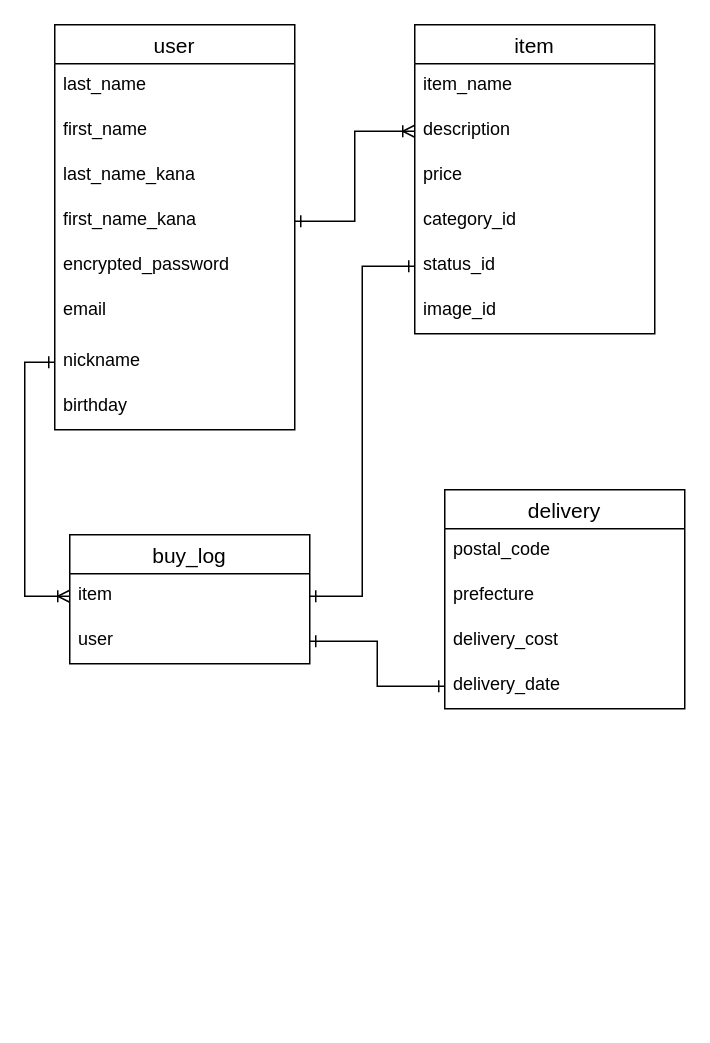
Gasai-005/furima-35555 keeps this draw.io diagram as file.dio. Above is the earlier version. Source tidied: cells renumbered, new cells numbered last; positions are measured from the earlier drawing's top-left corner, leaving out a move shared by most shapes. Both pictures are drawn from the tidied source at 150%, with x=0, y=0 at pixel (54, 24).
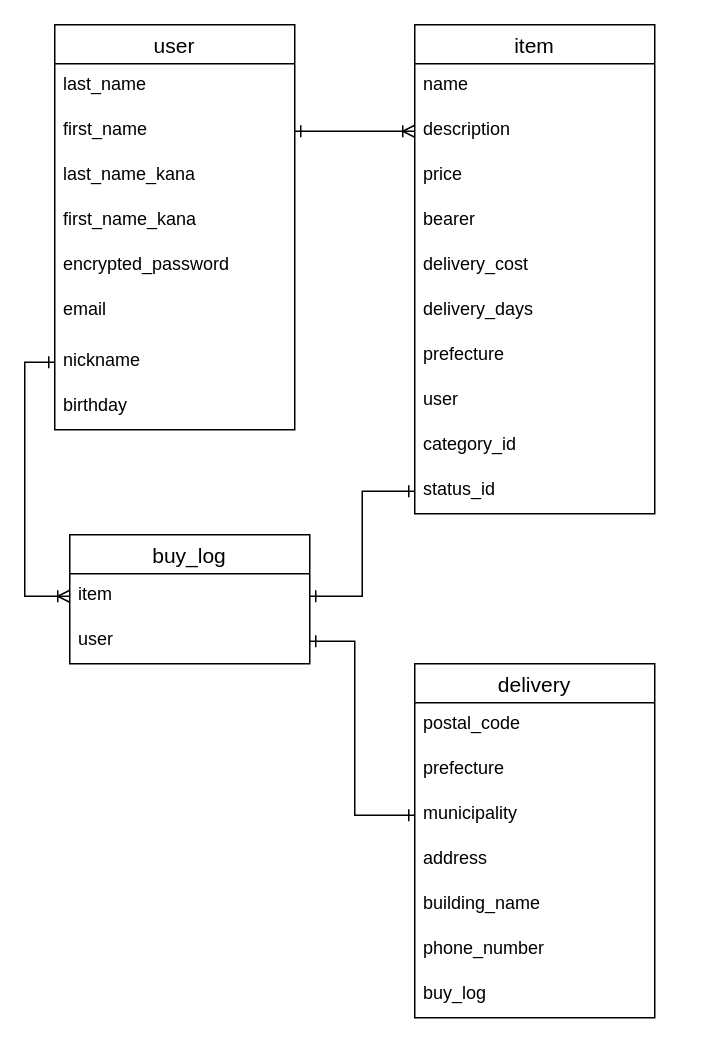
Above is the later version.

Commit message (it also covers changes not shown here):
DB設計の修正３

Unchanged cells that the change refers to:
```xml
<mxCell id="4" value="first_name" style="text;strokeColor=none;fillColor=none;spacingLeft=4;spacingRight=4;overflow=hidden;points=[[0,0.5],[1,0.5]];portConstraint=eastwest;fontSize=12;" parent="2" vertex="1">
  <mxGeometry y="56" width="160" height="30" as="geometry" />
</mxCell>
<mxCell id="6" value="first_name_kana" style="text;strokeColor=none;fillColor=none;spacingLeft=4;spacingRight=4;overflow=hidden;points=[[0,0.5],[1,0.5]];portConstraint=eastwest;fontSize=12;" parent="2" vertex="1">
  <mxGeometry y="116" width="160" height="30" as="geometry" />
</mxCell>
<mxCell id="13" value="description" style="text;strokeColor=none;fillColor=none;spacingLeft=4;spacingRight=4;overflow=hidden;points=[[0,0.5],[1,0.5]];portConstraint=eastwest;fontSize=12;" parent="11" vertex="1">
  <mxGeometry y="56" width="160" height="30" as="geometry" />
</mxCell>
<mxCell id="20" value="user" style="text;strokeColor=none;fillColor=none;spacingLeft=4;spacingRight=4;overflow=hidden;points=[[0,0.5],[1,0.5]];portConstraint=eastwest;fontSize=12;" parent="18" vertex="1">
  <mxGeometry y="56" width="160" height="30" as="geometry" />
</mxCell>
```

What changed in the source:
```diff
@@
     <mxCell id="11" value="item" style="swimlane;fontStyle=0;horizontal=1;startSize=26;align=center;fontSize=14;" parent="1" vertex="1">
-      <mxGeometry x="240" width="160" height="206" as="geometry" />
+      <mxGeometry x="240" width="160" height="326" as="geometry" />
     </mxCell>
-    <mxCell id="12" value="item_name" style="text;strokeColor=none;fillColor=none;spacingLeft=4;spacingRight=4;overflow=hidden;fontSize=12;" parent="11" vertex="1">
+    <mxCell id="12" value="name" style="text;strokeColor=none;fillColor=none;spacingLeft=4;spacingRight=4;overflow=hidden;fontSize=12;" parent="11" vertex="1">
       <mxGeometry y="26" width="160" height="30" as="geometry" />
     </mxCell>
@@
+    <mxCell id="30" value="bearer" style="text;strokeColor=none;fillColor=none;spacingLeft=4;spacingRight=4;overflow=hidden;fontSize=12;" parent="11" vertex="1">
+      <mxGeometry y="116" width="160" height="30" as="geometry" />
+    </mxCell>
+    <mxCell id="24" value="delivery_cost" style="text;strokeColor=none;fillColor=none;spacingLeft=4;spacingRight=4;overflow=hidden;fontSize=12;" parent="11" vertex="1">
+      <mxGeometry y="146" width="160" height="30" as="geometry" />
+    </mxCell>
+    <mxCell id="31" value="delivery_days" style="text;strokeColor=none;fillColor=none;spacingLeft=4;spacingRight=4;overflow=hidden;fontSize=12;" parent="11" vertex="1">
+      <mxGeometry y="176" width="160" height="30" as="geometry" />
+    </mxCell>
+    <mxCell id="32" value="prefecture" style="text;strokeColor=none;fillColor=none;spacingLeft=4;spacingRight=4;overflow=hidden;fontSize=12;" parent="11" vertex="1">
+      <mxGeometry y="206" width="160" height="30" as="geometry" />
+    </mxCell>
+    <mxCell id="33" value="user" style="text;strokeColor=none;fillColor=none;spacingLeft=4;spacingRight=4;overflow=hidden;fontSize=12;" parent="11" vertex="1">
+      <mxGeometry y="236" width="160" height="30" as="geometry" />
+    </mxCell>
     <mxCell id="15" value="category_id" style="text;strokeColor=none;fillColor=none;spacingLeft=4;spacingRight=4;overflow=hidden;fontSize=12;" parent="11" vertex="1">
-      <mxGeometry y="116" width="160" height="30" as="geometry" />
+      <mxGeometry y="266" width="160" height="30" as="geometry" />
     </mxCell>
     <mxCell id="16" value="status_id" style="text;strokeColor=none;fillColor=none;spacingLeft=4;spacingRight=4;overflow=hidden;points=[[0,0.5],[1,0.5]];portConstraint=eastwest;fontSize=12;" parent="11" vertex="1">
-      <mxGeometry y="146" width="160" height="30" as="geometry" />
+      <mxGeometry y="296" width="160" height="30" as="geometry" />
     </mxCell>
-    <mxCell id="17" value="image_id" style="text;strokeColor=none;fillColor=none;spacingLeft=4;spacingRight=4;overflow=hidden;fontSize=12;" parent="11" vertex="1">
-      <mxGeometry y="176" width="160" height="30" as="geometry" />
-    </mxCell>
@@
     <mxCell id="21" value="delivery" style="swimlane;fontStyle=0;horizontal=1;startSize=26;align=center;fontSize=14;" parent="1" vertex="1">
-      <mxGeometry x="260" y="310" width="160" height="146" as="geometry" />
+      <mxGeometry x="240" y="426" width="160" height="236" as="geometry" />
     </mxCell>
@@
-    <mxCell id="24" value="delivery_cost" style="text;strokeColor=none;fillColor=none;spacingLeft=4;spacingRight=4;overflow=hidden;fontSize=12;" parent="21" vertex="1">
-      <mxGeometry y="86" width="160" height="30" as="geometry" />
-    </mxCell>
-    <mxCell id="25" value="delivery_date" style="text;strokeColor=none;fillColor=none;spacingLeft=4;spacingRight=4;overflow=hidden;points=[[0,0.5],[1,0.5]];portConstraint=eastwest;fontSize=12;" parent="21" vertex="1">
-      <mxGeometry y="116" width="160" height="30" as="geometry" />
-    </mxCell>
+    <mxCell id="34" value="municipality" style="text;strokeColor=none;fillColor=none;spacingLeft=4;spacingRight=4;overflow=hidden;points=[[0,0.5],[1,0.5]];portConstraint=eastwest;fontSize=12;" parent="21" vertex="1">
+      <mxGeometry y="86" width="160" height="30" as="geometry" />
+    </mxCell>
+    <mxCell id="35" value="address" style="text;strokeColor=none;fillColor=none;spacingLeft=4;spacingRight=4;overflow=hidden;fontSize=12;" parent="21" vertex="1">
+      <mxGeometry y="116" width="160" height="30" as="geometry" />
+    </mxCell>
+    <mxCell id="36" value="building_name" style="text;strokeColor=none;fillColor=none;spacingLeft=4;spacingRight=4;overflow=hidden;fontSize=12;" parent="21" vertex="1">
+      <mxGeometry y="146" width="160" height="30" as="geometry" />
+    </mxCell>
+    <mxCell id="37" value="phone_number" style="text;strokeColor=none;fillColor=none;spacingLeft=4;spacingRight=4;overflow=hidden;fontSize=12;" parent="21" vertex="1">
+      <mxGeometry y="176" width="160" height="30" as="geometry" />
+    </mxCell>
+    <mxCell id="38" value="buy_log" style="text;strokeColor=none;fillColor=none;spacingLeft=4;spacingRight=4;overflow=hidden;fontSize=12;" parent="21" vertex="1">
+      <mxGeometry y="206" width="160" height="30" as="geometry" />
+    </mxCell>
-    <mxCell id="26" style="edgeStyle=orthogonalEdgeStyle;rounded=0;jettySize=auto;html=1;exitX=1;exitY=0.5;exitDx=0;exitDy=0;entryX=0;entryY=0.5;entryDx=0;entryDy=0;startArrow=ERone;startFill=0;endArrow=ERoneToMany;endFill=0;" parent="1" edge="1" source="6" target="13">
+    <mxCell id="26" style="edgeStyle=orthogonalEdgeStyle;rounded=0;jettySize=auto;html=1;entryX=0;entryY=0.5;entryDx=0;entryDy=0;startArrow=ERone;startFill=0;endArrow=ERoneToMany;endFill=0;exitX=1;exitY=0.5;exitDx=0;exitDy=0;" parent="1" edge="1" source="4" target="13">
       <mxGeometry relative="1" as="geometry" />
     </mxCell>
@@
-    <mxCell id="29" style="edgeStyle=orthogonalEdgeStyle;rounded=0;jettySize=auto;html=1;exitX=1;exitY=0.5;exitDx=0;exitDy=0;entryX=0;entryY=0.5;entryDx=0;entryDy=0;startArrow=ERone;startFill=0;endArrow=ERone;endFill=0;" parent="1" edge="1" source="20" target="25">
-      <mxGeometry relative="1" as="geometry" />
+    <mxCell id="29" style="edgeStyle=orthogonalEdgeStyle;rounded=0;jettySize=auto;html=1;exitX=1;exitY=0.5;exitDx=0;exitDy=0;startArrow=ERone;startFill=0;endArrow=ERone;endFill=0;entryX=0;entryY=0.5;entryDx=0;entryDy=0;" parent="1" edge="1" source="20" target="34">
+      <mxGeometry relative="1" as="geometry">
+        <Array as="points">
+          <mxPoint x="200" y="411" />
+          <mxPoint x="200" y="527" />
+        </Array>
+      </mxGeometry>
     </mxCell>
```
